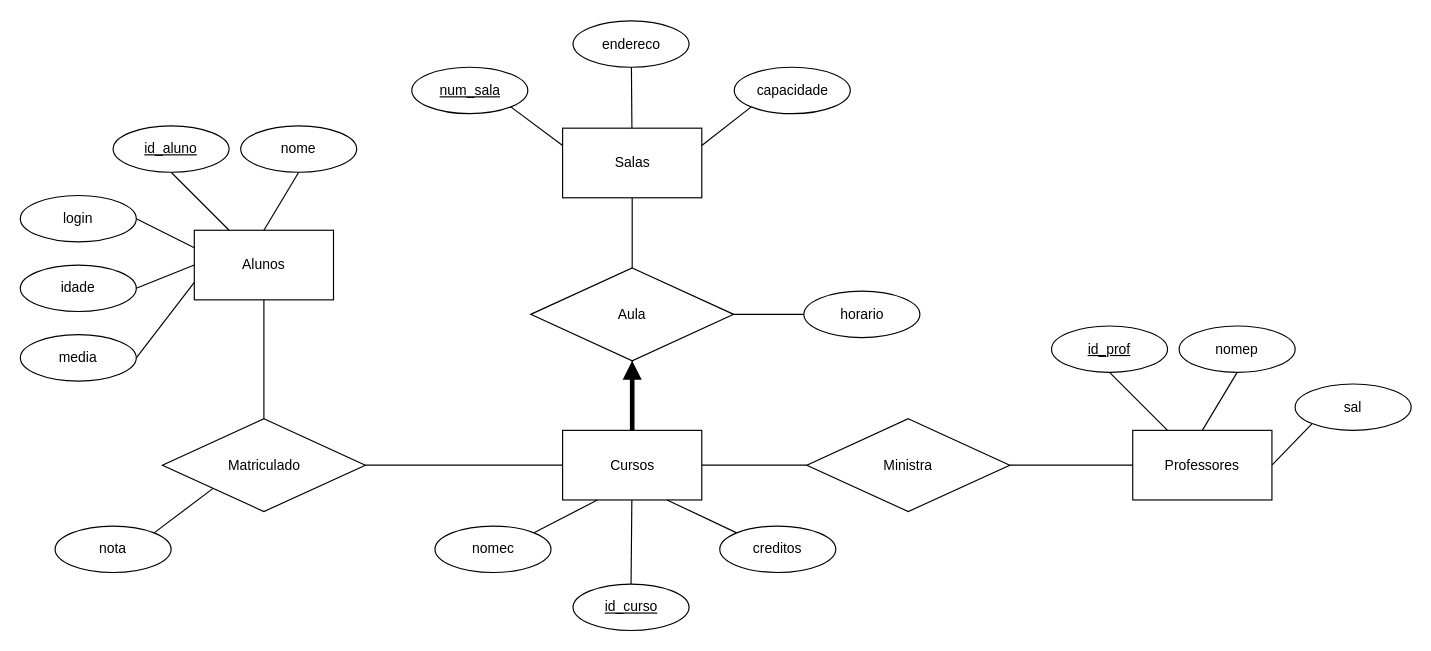
Earlier version of the draw.io diagram Universidade/Universidade_ER.drawio (Angar0th/Banco_de_Dados). Source tidied: cells renumbered, new cells numbered last; positions are measured from the earlier drawing's top-left corner, leaving out a move shared by most shapes. Both pictures are drawn from the tidied source at 116%, with x=0, y=0 at pixel (20, 21).
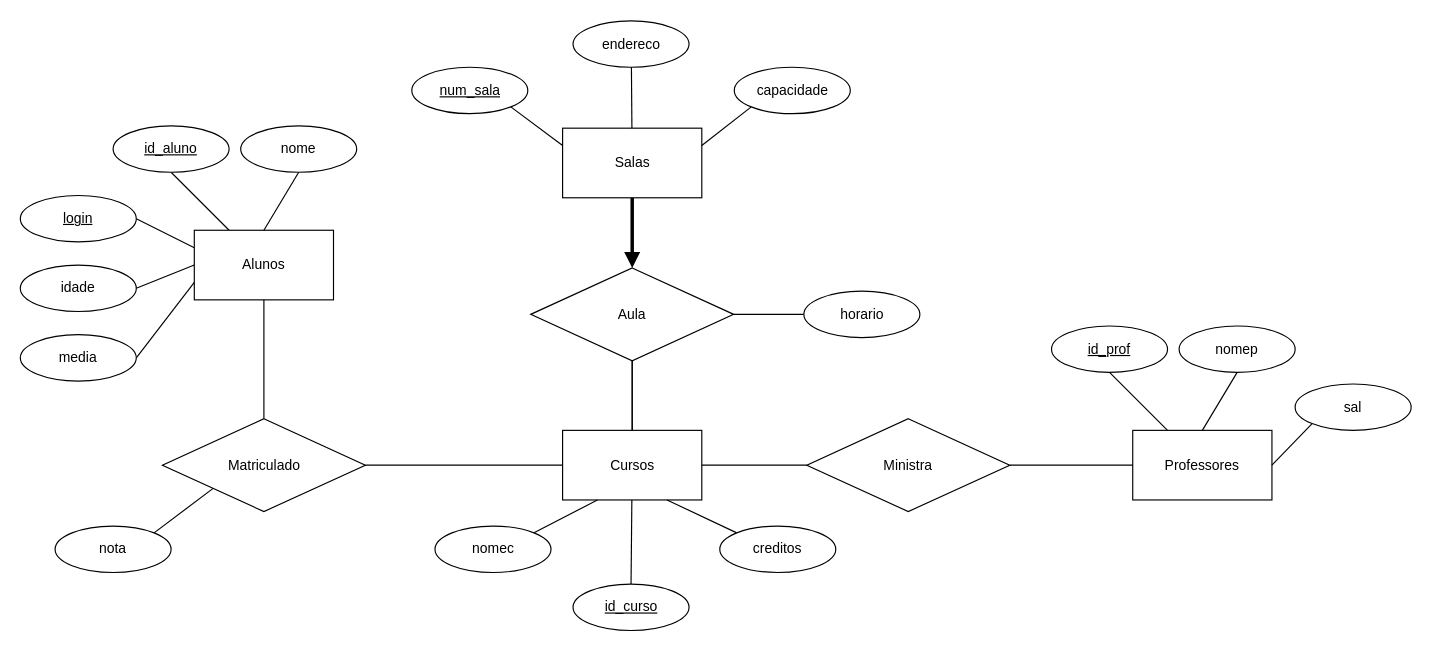
The same page after the edit.

Unchanged cells that the change refers to:
```xml
<mxCell id="21" value="&lt;div&gt;Cursos&lt;/div&gt;" style="rounded=0;whiteSpace=wrap;html=1;" parent="1" vertex="1">
  <mxGeometry x="467.5" y="352.5" width="120" height="60" as="geometry" />
</mxCell>
<mxCell id="32" value="Salas" style="rounded=0;whiteSpace=wrap;html=1;" parent="1" vertex="1">
  <mxGeometry x="467.5" y="92" width="120" height="60" as="geometry" />
</mxCell>
<mxCell id="45" value="Aula" style="rhombus;whiteSpace=wrap;html=1;" parent="1" vertex="1">
  <mxGeometry x="440" y="212.5" width="175" height="80" as="geometry" />
</mxCell>
```

Diff of the diagram source:
```diff
@@
-    <mxCell id="10" value="&lt;div&gt;login&lt;/div&gt;" style="ellipse;whiteSpace=wrap;html=1;" parent="1" vertex="1">
+    <mxCell id="10" value="&lt;div&gt;&lt;u&gt;login&lt;/u&gt;&lt;/div&gt;" style="ellipse;whiteSpace=wrap;html=1;" parent="1" vertex="1">
       <mxGeometry y="150" width="100" height="40" as="geometry" />
     </mxCell>
@@
-    <mxCell id="31" style="edgeStyle=none;rounded=0;jumpSize=1;jettySize=auto;html=1;exitX=0.5;exitY=1;exitDx=0;exitDy=0;entryX=0.5;entryY=0;entryDx=0;entryDy=0;endArrow=none;endFill=0;" parent="1" edge="1" source="32" target="45">
+    <mxCell id="31" style="edgeStyle=none;rounded=0;jumpSize=1;jettySize=auto;html=1;exitX=0.5;exitY=1;exitDx=0;exitDy=0;entryX=0.5;entryY=0;entryDx=0;entryDy=0;endArrow=block;endFill=1;strokeWidth=3;" parent="1" edge="1" source="32" target="45">
       <mxGeometry relative="1" as="geometry" />
     </mxCell>
@@
-    <mxCell id="44" style="edgeStyle=none;rounded=0;jumpSize=1;jettySize=auto;html=1;exitX=0.5;exitY=1;exitDx=0;exitDy=0;entryX=0.5;entryY=0;entryDx=0;entryDy=0;endArrow=none;endFill=0;startArrow=block;startFill=1;strokeWidth=4;" parent="1" edge="1" source="45" target="21">
+    <mxCell id="44" style="edgeStyle=none;rounded=0;jumpSize=1;jettySize=auto;html=1;exitX=0.5;exitY=1;exitDx=0;exitDy=0;entryX=0.5;entryY=0;entryDx=0;entryDy=0;endArrow=none;endFill=0;startArrow=none;startFill=0;strokeWidth=1;" parent="1" edge="1" source="45" target="21">
       <mxGeometry relative="1" as="geometry" />
     </mxCell>
```
